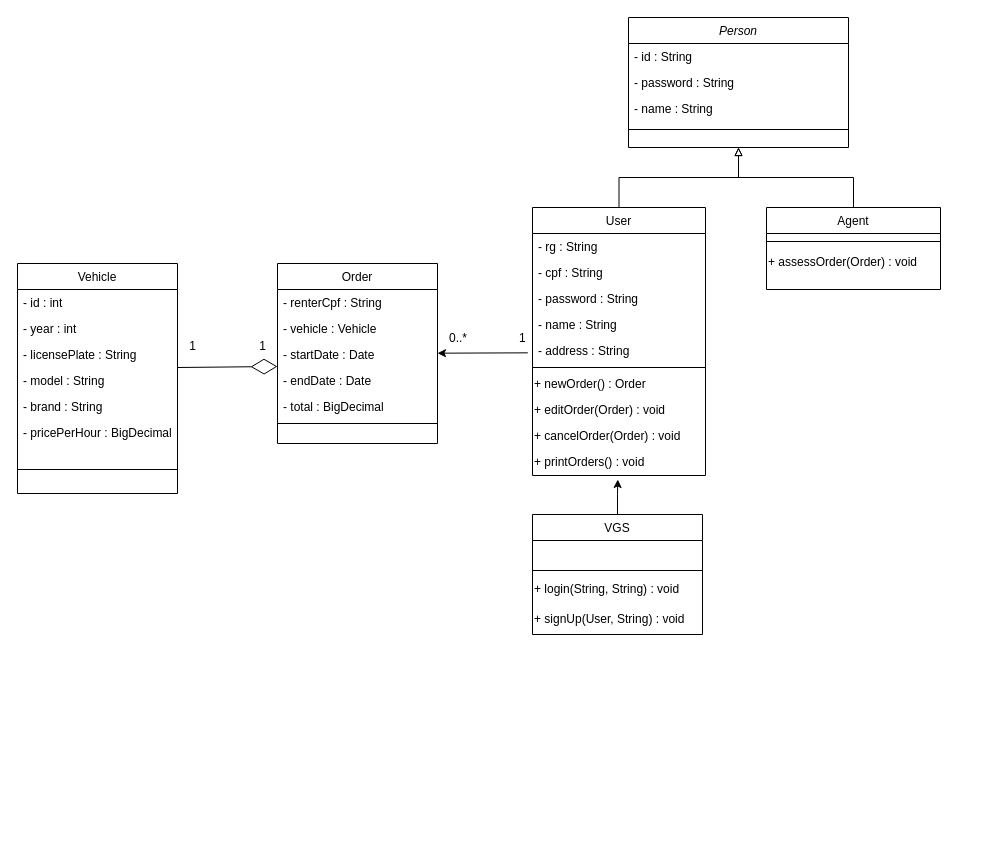
Before: projeto/diagrama_de_classes/diagrama_de_classes.drawio in pucmg-2023-02-lps-g2/VGS-Projeto-02, a draw.io diagram. Source tidied: cells renumbered, new cells numbered last; positions are measured from the earlier drawing's top-left corner, leaving out a move shared by most shapes. Both pictures are drawn from the tidied source at 100%, with x=0, y=0 at pixel (17, 17).
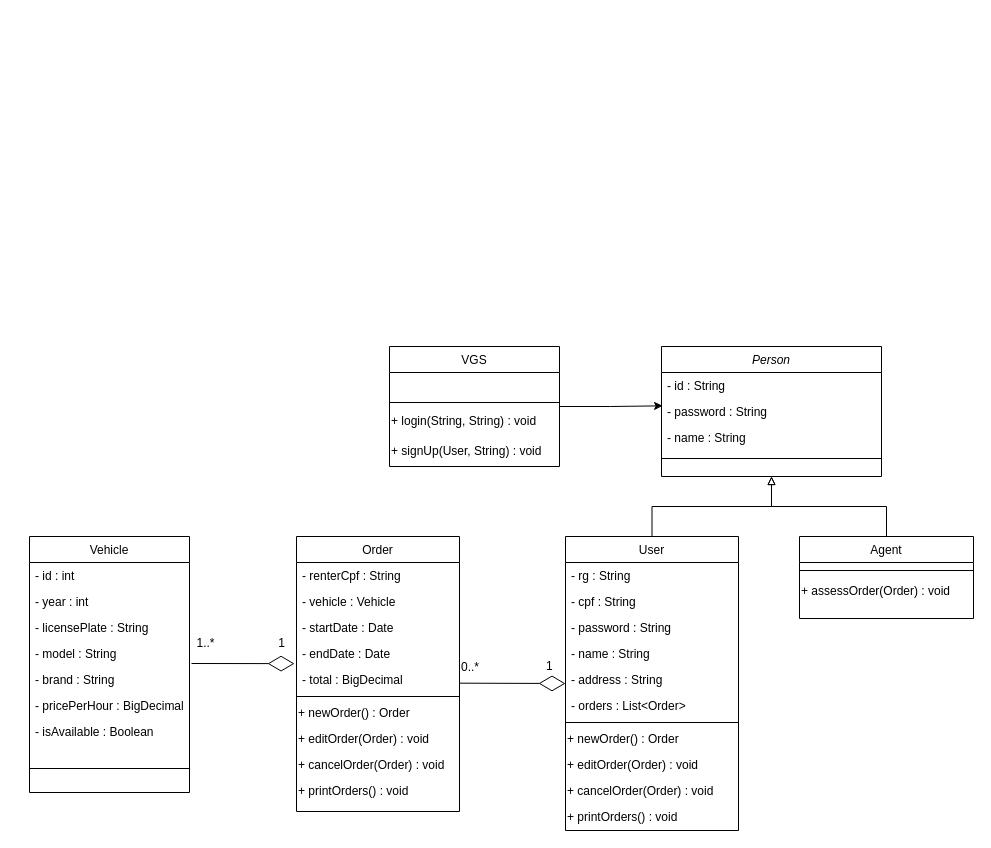
The same diagram, later.

Commit message (it also covers changes not shown here):
Corrigido Diagrama de Classes

The change refers to these unchanged cells:
```xml
<mxCell id="12" value="- model : String" style="text;align=left;verticalAlign=top;spacingLeft=4;spacingRight=4;overflow=hidden;points=[[0,0.5],[1,0.5]];portConstraint=eastwest;rounded=0;shadow=0;html=0;" parent="8" vertex="1">
  <mxGeometry y="104" width="160" height="26" as="geometry" />
</mxCell>
<mxCell id="32" value="- password : String" style="text;align=left;verticalAlign=top;spacingLeft=4;spacingRight=4;overflow=hidden;points=[[0,0.5],[1,0.5]];portConstraint=eastwest;rounded=0;shadow=0;html=0;" parent="30" vertex="1">
  <mxGeometry y="52" width="220" height="26" as="geometry" />
</mxCell>
<mxCell id="41" value="- address : String" style="text;align=left;verticalAlign=top;spacingLeft=4;spacingRight=4;overflow=hidden;points=[[0,0.5],[1,0.5]];portConstraint=eastwest;" parent="36" vertex="1">
  <mxGeometry y="130" width="173" height="26" as="geometry" />
</mxCell>
```

What changed in the source:
```diff
@@
-    <mxCell id="2" style="edgeStyle=orthogonalEdgeStyle;rounded=0;jettySize=auto;html=1;entryX=0.493;entryY=1.154;entryDx=0;entryDy=0;entryPerimeter=0;" parent="1" edge="1" source="3" target="46">
-      <mxGeometry relative="1" as="geometry" />
-    </mxCell>
+    <mxCell id="51" style="edgeStyle=orthogonalEdgeStyle;rounded=0;jettySize=auto;html=1;entryX=0.005;entryY=0.282;entryDx=0;entryDy=0;entryPerimeter=0;" parent="1" edge="1" source="3" target="32">
+      <mxGeometry relative="1" as="geometry" />
+    </mxCell>
     <mxCell id="3" value="VGS" style="swimlane;fontStyle=0;align=center;verticalAlign=top;horizontal=1;startSize=26;rounded=0;shadow=0;strokeWidth=1;" parent="1" vertex="1">
-      <mxGeometry x="515" y="497" width="170" height="120" as="geometry" />
+      <mxGeometry x="372" y="329" width="170" height="120" as="geometry" />
     </mxCell>
@@
     <mxCell id="8" value="Vehicle" style="swimlane;fontStyle=0;align=center;verticalAlign=top;horizontal=1;startSize=26;rounded=0;shadow=0;strokeWidth=1;" parent="1" vertex="1">
-      <mxGeometry y="246" width="160" height="230" as="geometry" />
+      <mxGeometry x="12" y="519" width="160" height="256" as="geometry" />
     </mxCell>
@@
+    <mxCell id="52" value="- isAvailable : Boolean" style="text;align=left;verticalAlign=top;spacingLeft=4;spacingRight=4;overflow=hidden;rounded=0;shadow=0;html=0;" parent="8" vertex="1">
+      <mxGeometry y="182" width="160" height="26" as="geometry" />
+    </mxCell>
     <mxCell id="15" style="line;html=1;strokeWidth=1;align=left;verticalAlign=middle;spacingTop=-1;spacingLeft=3;spacingRight=3;labelPosition=right;" parent="8" vertex="1">
-      <mxGeometry y="182" width="160" height="48" as="geometry" />
+      <mxGeometry y="208" width="160" height="48" as="geometry" />
     </mxCell>
     <mxCell id="16" value="Order" style="swimlane;fontStyle=0;align=center;verticalAlign=top;horizontal=1;startSize=26;rounded=0;shadow=0;strokeWidth=1;" parent="1" vertex="1">
-      <mxGeometry x="260" y="246" width="160" height="180" as="geometry" />
+      <mxGeometry x="279" y="519" width="163" height="275" as="geometry" />
     </mxCell>
     <mxCell id="17" value="- renterCpf : String" style="text;align=left;verticalAlign=top;spacingLeft=4;spacingRight=4;overflow=hidden;" parent="16" vertex="1">
-      <mxGeometry y="26" width="160" height="26" as="geometry" />
+      <mxGeometry y="26" width="163" height="26" as="geometry" />
     </mxCell>
     <mxCell id="18" value="- vehicle : Vehicle" style="text;align=left;verticalAlign=top;spacingLeft=4;spacingRight=4;overflow=hidden;" parent="16" vertex="1">
-      <mxGeometry y="52" width="160" height="26" as="geometry" />
+      <mxGeometry y="52" width="163" height="26" as="geometry" />
     </mxCell>
     <mxCell id="19" value="- startDate : Date" style="text;align=left;verticalAlign=top;spacingLeft=4;spacingRight=4;overflow=hidden;" parent="16" vertex="1">
-      <mxGeometry y="78" width="160" height="26" as="geometry" />
+      <mxGeometry y="78" width="163" height="26" as="geometry" />
     </mxCell>
     <mxCell id="20" value="- endDate : Date" style="text;align=left;verticalAlign=top;spacingLeft=4;spacingRight=4;overflow=hidden;" parent="16" vertex="1">
-      <mxGeometry y="104" width="160" height="26" as="geometry" />
+      <mxGeometry y="104" width="163" height="26" as="geometry" />
     </mxCell>
     <mxCell id="21" value="- total : BigDecimal" style="text;align=left;verticalAlign=top;spacingLeft=4;spacingRight=4;overflow=hidden;points=[[0,0.5],[1,0.5]];portConstraint=eastwest;" parent="16" vertex="1">
-      <mxGeometry y="130" width="160" height="26" as="geometry" />
+      <mxGeometry y="130" width="163" height="26" as="geometry" />
     </mxCell>
     <mxCell id="22" style="line;html=1;strokeWidth=1;align=left;verticalAlign=middle;spacingTop=-1;spacingLeft=3;spacingRight=3;labelPosition=right;" parent="16" vertex="1">
-      <mxGeometry y="156" width="160" height="8" as="geometry" />
+      <mxGeometry y="156" width="163" height="8" as="geometry" />
     </mxCell>
+    <mxCell id="53" value="+ newOrder() : Order " style="text;html=1;align=left;verticalAlign=middle;strokeColor=none;fillColor=none;" parent="16" vertex="1">
+      <mxGeometry y="164" width="163" height="26" as="geometry" />
+    </mxCell>
+    <mxCell id="54" value="+ editOrder(Order) : void" style="text;html=1;align=left;verticalAlign=middle;strokeColor=none;fillColor=none;" parent="16" vertex="1">
+      <mxGeometry y="190" width="163" height="26" as="geometry" />
+    </mxCell>
+    <mxCell id="55" value="+ cancelOrder(Order) : void" style="text;html=1;align=left;verticalAlign=middle;strokeColor=none;fillColor=none;" parent="16" vertex="1">
+      <mxGeometry y="216" width="163" height="26" as="geometry" />
+    </mxCell>
+    <mxCell id="56" value="+ printOrders() : void" style="text;html=1;align=left;verticalAlign=middle;strokeColor=none;fillColor=none;" parent="16" vertex="1">
+      <mxGeometry y="242" width="163" height="26" as="geometry" />
+    </mxCell>
-    <mxCell id="23" style="endArrow=diamondThin;endFill=0;endSize=24;html=1;rounded=0;exitX=1.002;exitY=0;exitDx=0;exitDy=0;exitPerimeter=0;" parent="1" edge="1" source="12">
+    <mxCell id="23" style="endArrow=diamondThin;endFill=0;endSize=24;html=1;rounded=0;entryX=-0.012;entryY=-0.11;entryDx=0;entryDy=0;entryPerimeter=0;" parent="1" edge="1" target="21">
       <mxGeometry relative="1" as="geometry">
-        <mxPoint x="260" y="349" as="targetPoint" />
+        <mxPoint x="174" y="646" as="sourcePoint" />
       </mxGeometry>
     </mxCell>
     <mxCell id="24" style="align=left;verticalAlign=bottom;labelBackgroundColor=none;fontSize=12;" parent="1" vertex="1">
-      <mxGeometry x="240" y="319" as="geometry" />
+      <mxGeometry x="249" y="644" as="geometry" />
     </mxCell>
     <mxCell id="25" value="0..*" style="align=left;verticalAlign=bottom;labelBackgroundColor=none;fontSize=12;" parent="1" vertex="1">
-      <mxGeometry x="430" y="329" as="geometry" />
+      <mxGeometry x="442" y="658" as="geometry" />
     </mxCell>
-    <mxCell id="26" value="1" style="text;html=1;align=center;verticalAlign=middle;strokeColor=none;fillColor=none;" parent="1" vertex="1">
-      <mxGeometry x="160" y="314" width="30" height="30" as="geometry" />
+    <mxCell id="26" value="1..*" style="text;html=1;align=center;verticalAlign=middle;strokeColor=none;fillColor=none;" parent="1" vertex="1">
+      <mxGeometry x="170" y="613" width="36" height="26" as="geometry" />
     </mxCell>
     <mxCell id="27" value="1" style="text;html=1;align=center;verticalAlign=middle;strokeColor=none;fillColor=none;" parent="1" vertex="1">
-      <mxGeometry x="230" y="314" width="30" height="30" as="geometry" />
+      <mxGeometry x="249" y="611" width="30" height="30" as="geometry" />
     </mxCell>
-    <mxCell id="28" style="rounded=0;jettySize=auto;html=1;exitX=-0.027;exitY=0.59;exitDx=0;exitDy=0;exitPerimeter=0;" parent="1" edge="1" source="41" target="16">
-      <mxGeometry relative="1" as="geometry" />
-    </mxCell>
     <mxCell id="29" value="1" style="align=left;verticalAlign=bottom;labelBackgroundColor=none;fontSize=12;" parent="1" vertex="1">
-      <mxGeometry x="500" y="329" as="geometry" />
+      <mxGeometry x="527" y="656.5" as="geometry" />
     </mxCell>
     <mxCell id="30" value="Person" style="swimlane;fontStyle=2;align=center;verticalAlign=top;horizontal=1;startSize=26;rounded=0;shadow=0;strokeWidth=1;" parent="1" vertex="1">
-      <mxGeometry x="611" width="220" height="130" as="geometry" />
+      <mxGeometry x="644" y="329" width="220" height="130" as="geometry" />
     </mxCell>
@@
     <mxCell id="36" value="User" style="swimlane;fontStyle=0;align=center;verticalAlign=top;horizontal=1;startSize=26;rounded=0;shadow=0;strokeWidth=1;" parent="1" vertex="1">
-      <mxGeometry x="515" y="190" width="173" height="268" as="geometry" />
+      <mxGeometry x="548" y="519" width="173" height="294" as="geometry" />
     </mxCell>
@@
+    <mxCell id="57" value="- orders : List&lt;Order&gt;" style="text;align=left;verticalAlign=top;spacingLeft=4;spacingRight=4;overflow=hidden;" parent="36" vertex="1">
+      <mxGeometry y="156" width="173" height="26" as="geometry" />
+    </mxCell>
     <mxCell id="42" style="line;html=1;strokeWidth=1;align=left;verticalAlign=middle;spacingTop=-1;spacingLeft=3;spacingRight=3;labelPosition=right;" parent="36" vertex="1">
-      <mxGeometry y="156" width="173" height="8" as="geometry" />
+      <mxGeometry y="182" width="173" height="8" as="geometry" />
     </mxCell>
     <mxCell id="43" value="+ newOrder() : Order " style="text;html=1;align=left;verticalAlign=middle;strokeColor=none;fillColor=none;" parent="36" vertex="1">
-      <mxGeometry y="164" width="173" height="26" as="geometry" />
+      <mxGeometry y="190" width="173" height="26" as="geometry" />
     </mxCell>
     <mxCell id="44" value="+ editOrder(Order) : void" style="text;html=1;align=left;verticalAlign=middle;strokeColor=none;fillColor=none;" parent="36" vertex="1">
-      <mxGeometry y="190" width="173" height="26" as="geometry" />
+      <mxGeometry y="216" width="173" height="26" as="geometry" />
     </mxCell>
     <mxCell id="45" value="+ cancelOrder(Order) : void" style="text;html=1;align=left;verticalAlign=middle;strokeColor=none;fillColor=none;" parent="36" vertex="1">
-      <mxGeometry y="216" width="173" height="26" as="geometry" />
+      <mxGeometry y="242" width="173" height="26" as="geometry" />
     </mxCell>
     <mxCell id="46" value="+ printOrders() : void" style="text;html=1;align=left;verticalAlign=middle;points=[];strokeColor=none;fillColor=none;" parent="36" vertex="1">
-      <mxGeometry y="242" width="173" height="26" as="geometry" />
+      <mxGeometry y="268" width="173" height="26" as="geometry" />
     </mxCell>
@@
     <mxCell id="48" value="Agent" style="swimlane;fontStyle=0;align=center;verticalAlign=top;horizontal=1;startSize=26;rounded=0;shadow=0;strokeWidth=1;" parent="1" vertex="1">
-      <mxGeometry x="749" y="190" width="174" height="82" as="geometry" />
+      <mxGeometry x="782" y="519" width="174" height="82" as="geometry" />
     </mxCell>
@@
+    <mxCell id="58" style="endArrow=diamondThin;endFill=0;endSize=24;html=1;rounded=0;entryX=0;entryY=0.872;entryDx=0;entryDy=0;entryPerimeter=0;exitX=0.999;exitY=0.641;exitDx=0;exitDy=0;exitPerimeter=0;" parent="1" edge="1" source="21">
+      <mxGeometry relative="1" as="geometry">
+        <mxPoint x="548" y="666" as="targetPoint" />
+      </mxGeometry>
+    </mxCell>
```
